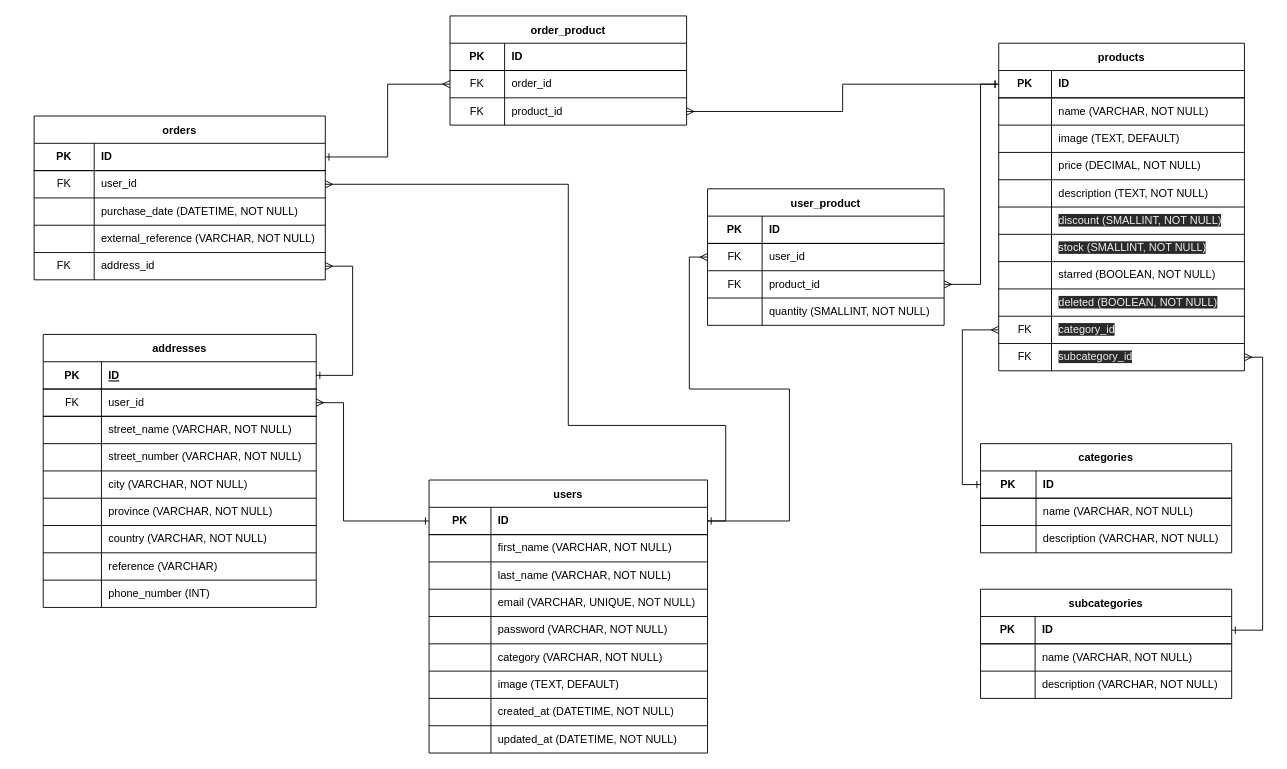
Above: decamping-ERD.drawio in 0621CDFSNCN12LAED/grupo-12 (draw.io), before the change. Source tidied: cells renumbered, new cells numbered last; positions are measured from the earlier drawing's top-left corner, leaving out a move shared by most shapes. Both pictures are drawn from the tidied source at 91%, with x=0, y=0 at pixel (34, 15).
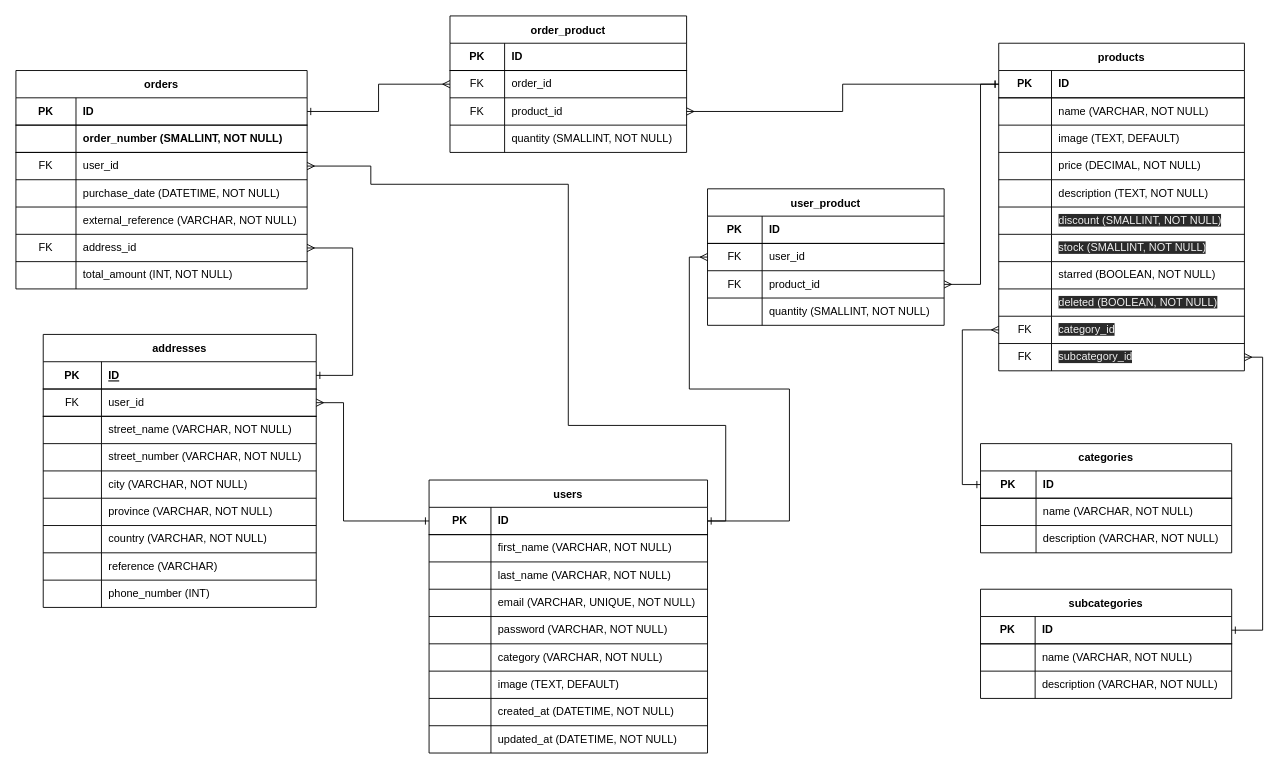
After the change.

Unchanged cells that the change refers to:
```xml
<mxCell id="57" style="shape=partialRectangle;html=1;whiteSpace=wrap;fillColor=none;top=0;left=0;bottom=1;right=0;points=[[0,0.5],[1,0.5]];portConstraint=eastwest;" parent="56" vertex="1">
  <mxGeometry y="30" width="306" height="30" as="geometry" />
</mxCell>
<mxCell id="112" style="shape=partialRectangle;fillColor=none;top=0;left=0;bottom=1;right=0;points=[[0,0.5],[1,0.5]];portConstraint=eastwest;" parent="111" vertex="1">
  <mxGeometry y="30" width="300" height="30" as="geometry" />
</mxCell>
```

The edit, as a diff of the source:
```diff
@@
     <mxCell id="84" value="orders" style="shape=table;startSize=30;childLayout=tableLayout;rowLines=1;fontStyle=1;align=center;" parent="1" vertex="1">
-      <mxGeometry y="110" width="320" height="180" as="geometry" />
+      <mxGeometry x="-20" y="60" width="320" height="240" as="geometry" />
     </mxCell>
@@
+    <mxCell id="162" style="shape=partialRectangle;html=1;whiteSpace=wrap;fillColor=none;top=0;left=0;bottom=1;right=0;" parent="84" vertex="1">
+      <mxGeometry y="60" width="320" height="30" as="geometry" />
+    </mxCell>
+    <mxCell id="163" style="shape=partialRectangle;html=1;whiteSpace=wrap;fillColor=none;top=0;left=0;bottom=0;right=0;overflow=hidden;fontStyle=1;" parent="162" vertex="1">
+      <mxGeometry width="66" height="30" as="geometry" />
+    </mxCell>
+    <mxCell id="164" value="order_number (SMALLINT, NOT NULL)" style="shape=partialRectangle;html=1;whiteSpace=wrap;fillColor=none;top=0;left=0;bottom=0;right=0;align=left;spacingLeft=6;overflow=hidden;fontStyle=1;" parent="162" vertex="1">
+      <mxGeometry x="66" width="254" height="30" as="geometry" />
+    </mxCell>
     <mxCell id="88" style="shape=partialRectangle;html=1;whiteSpace=wrap;fillColor=none;top=0;left=0;bottom=0;right=0;points=[[0,0.5],[1,0.5]];portConstraint=eastwest;" parent="84" vertex="1">
-      <mxGeometry y="60" width="320" height="30" as="geometry" />
+      <mxGeometry y="90" width="320" height="30" as="geometry" />
     </mxCell>
@@
     <mxCell id="91" style="shape=partialRectangle;html=1;whiteSpace=wrap;fillColor=none;top=0;left=0;bottom=0;right=0;" parent="84" vertex="1">
-      <mxGeometry y="90" width="320" height="30" as="geometry" />
+      <mxGeometry y="120" width="320" height="30" as="geometry" />
     </mxCell>
@@
     <mxCell id="94" style="shape=partialRectangle;html=1;whiteSpace=wrap;fillColor=none;top=0;left=0;bottom=0;right=0;" parent="84" vertex="1">
-      <mxGeometry y="120" width="320" height="30" as="geometry" />
+      <mxGeometry y="150" width="320" height="30" as="geometry" />
     </mxCell>
@@
     <mxCell id="97" style="shape=partialRectangle;html=1;whiteSpace=wrap;fillColor=none;top=0;left=0;bottom=0;right=0;points=[[0,0.5],[1,0.5]];portConstraint=eastwest;" parent="84" vertex="1">
-      <mxGeometry y="150" width="320" height="30" as="geometry" />
+      <mxGeometry y="180" width="320" height="30" as="geometry" />
     </mxCell>
@@
+    <mxCell id="165" style="shape=partialRectangle;html=1;whiteSpace=wrap;fillColor=none;top=0;left=0;bottom=0;right=0;" parent="84" vertex="1">
+      <mxGeometry y="210" width="320" height="30" as="geometry" />
+    </mxCell>
+    <mxCell id="166" style="shape=partialRectangle;html=1;whiteSpace=wrap;fillColor=none;top=0;left=0;bottom=0;right=0;overflow=hidden;" parent="165" vertex="1">
+      <mxGeometry width="66" height="30" as="geometry" />
+    </mxCell>
+    <mxCell id="167" value="total_amount (INT, NOT NULL)" style="shape=partialRectangle;html=1;whiteSpace=wrap;fillColor=none;top=0;left=0;bottom=0;right=0;align=left;spacingLeft=6;overflow=hidden;" parent="165" vertex="1">
+      <mxGeometry x="66" width="254" height="30" as="geometry" />
+    </mxCell>
     <mxCell id="100" value="order_product" style="shape=table;startSize=30;childLayout=tableLayout;rowLines=1;fontStyle=1;align=center;" parent="1" vertex="1">
-      <mxGeometry x="457" width="260" height="120" as="geometry" />
+      <mxGeometry x="457" width="260" height="150" as="geometry" />
     </mxCell>
@@
+    <mxCell id="168" style="shape=partialRectangle;html=1;whiteSpace=wrap;fillColor=none;top=0;left=0;bottom=0;right=0;" parent="100" vertex="1">
+      <mxGeometry y="120" width="260" height="30" as="geometry" />
+    </mxCell>
+    <mxCell id="169" style="shape=partialRectangle;html=1;whiteSpace=wrap;fillColor=none;top=0;left=0;bottom=0;right=0;overflow=hidden;" parent="168" vertex="1">
+      <mxGeometry width="60" height="30" as="geometry" />
+    </mxCell>
+    <mxCell id="170" value="quantity (SMALLINT, NOT NULL)" style="shape=partialRectangle;html=1;whiteSpace=wrap;fillColor=none;top=0;left=0;bottom=0;right=0;align=left;spacingLeft=6;overflow=hidden;" parent="168" vertex="1">
+      <mxGeometry x="60" width="200" height="30" as="geometry" />
+    </mxCell>
@@
     <mxCell id="140" style="edgeStyle=orthogonalEdgeStyle;rounded=0;jettySize=auto;html=1;exitX=1;exitY=0.5;exitDx=0;exitDy=0;entryX=1;entryY=0.5;entryDx=0;entryDy=0;startArrow=ERone;startFill=0;endArrow=ERmany;endFill=0;" parent="1" edge="1" source="57" target="88">
       <mxGeometry relative="1" as="geometry">
         <Array as="points">
           <mxPoint x="760" y="555" />
           <mxPoint x="760" y="450" />
           <mxPoint x="587" y="450" />
           <mxPoint x="587" y="185" />
+          <mxPoint x="370" y="185" />
+          <mxPoint x="370" y="165" />
         </Array>
       </mxGeometry>
     </mxCell>
@@
     <mxCell id="144" style="edgeStyle=orthogonalEdgeStyle;rounded=0;jettySize=auto;html=1;exitX=1;exitY=0.5;exitDx=0;exitDy=0;entryX=1;entryY=0.5;entryDx=0;entryDy=0;endArrow=ERmany;endFill=0;startArrow=ERone;startFill=0;" parent="1" edge="1" source="112" target="97">
       <mxGeometry relative="1" as="geometry">
         <Array as="points">
           <mxPoint x="350" y="395" />
-          <mxPoint x="350" y="275" />
+          <mxPoint x="350" y="255" />
         </Array>
       </mxGeometry>
     </mxCell>
```
